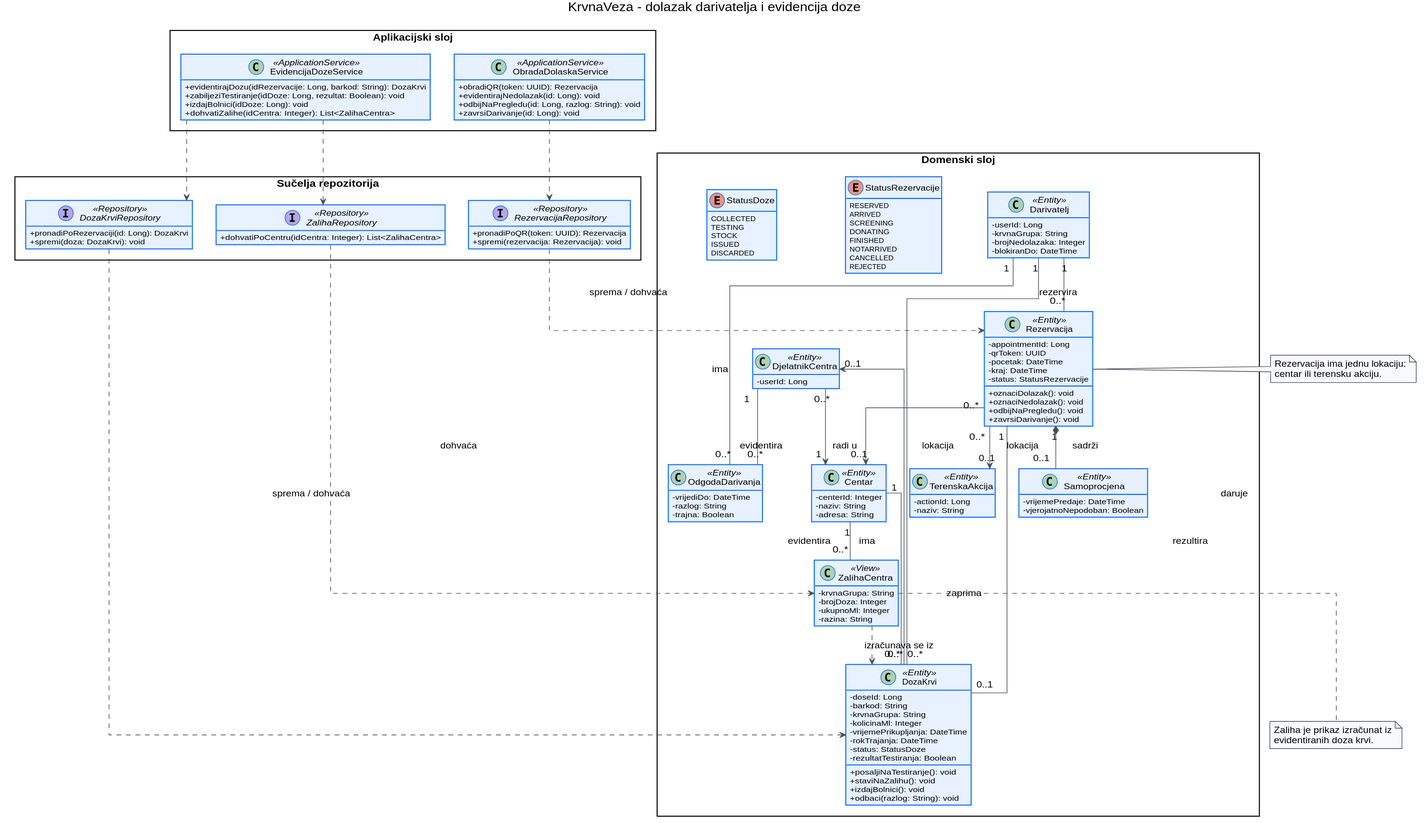
The PlantUML diagram docs/assets/diagrams/4-3-KrvnaVeza-domain-CD.svg in TvrdanTravarFER/Pasuljci, before a commit.
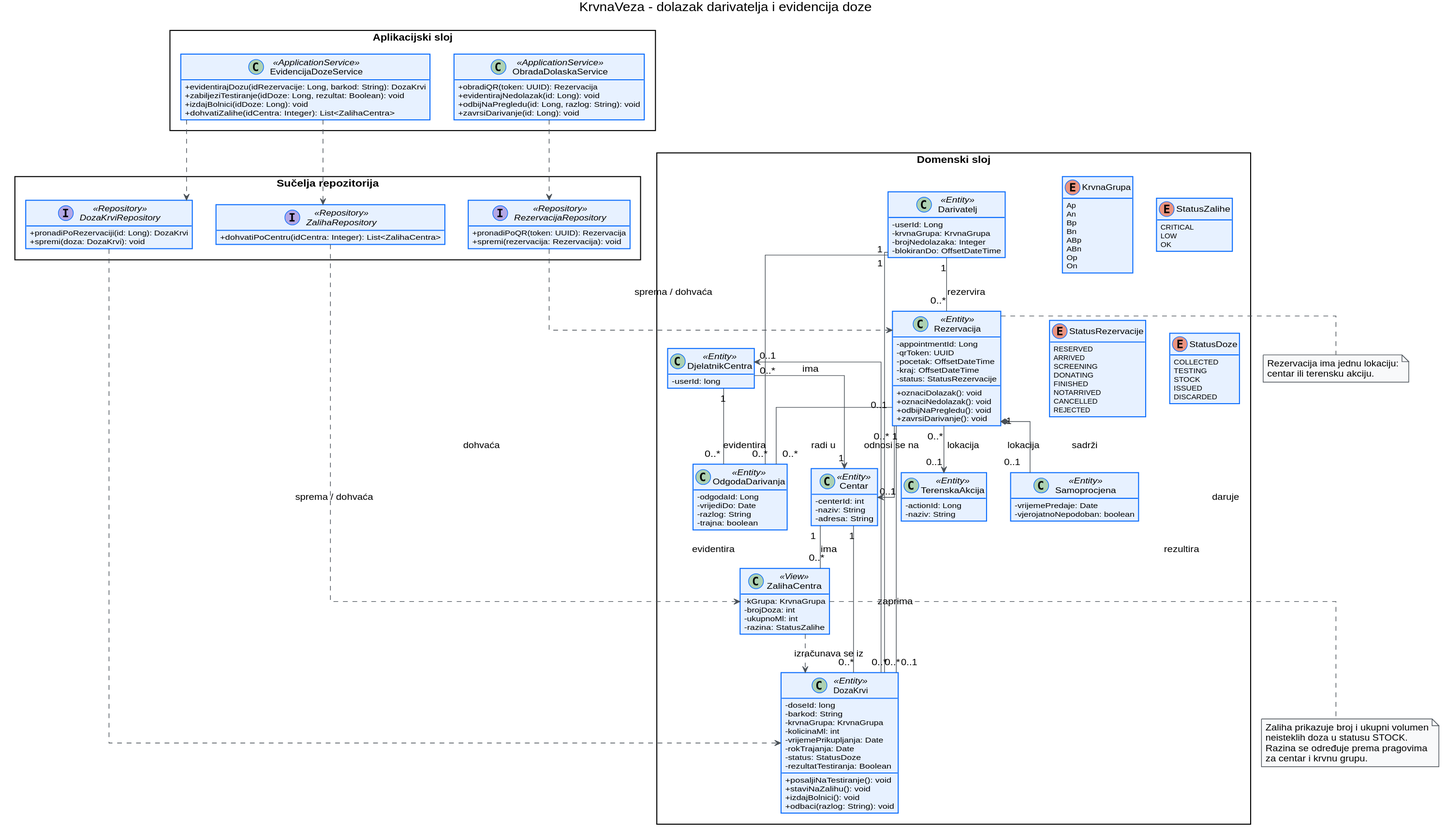
After the change.

Commit message:
Ažuriran UML dijagram razreda za KrvnaVeza

Ponovno generiran SVG dijagram prema ažuriranoj PlantUML datoteci za UC-11 i UC-12.
Usklađeni su atributi, tipovi podataka, enumovi, veze i kardinalnosti domenskih razreda.

What changed in the source:
```diff
@@ -39,17 +39,17 @@
 package "Domenski sloj" {
     class Darivatelj <<Entity>> {
         -userId: Long
-        -krvnaGrupa: String
+        -krvnaGrupa: KrvnaGrupa
         -brojNedolazaka: Integer
-        -blokiranDo: DateTime
+        -blokiranDo: OffsetDateTime
     }
 
     class DjelatnikCentra <<Entity>> {
-        -userId: Long
+        -userId: long
     }
 
     class Centar <<Entity>> {
-        -centerId: Integer
+        -centerId: int
         -naziv: String
         -adresa: String
     }
@@ -62,8 +62,8 @@
     class Rezervacija <<Entity>> {
         -appointmentId: Long
         -qrToken: UUID
-        -pocetak: DateTime
-        -kraj: DateTime
+        -pocetak: OffsetDateTime
+        -kraj: OffsetDateTime
         -status: StatusRezervacije
         +oznaciDolazak(): void
         +oznaciNedolazak(): void
@@ -72,23 +72,24 @@
     }
 
     class Samoprocjena <<Entity>> {
-        -vrijemePredaje: DateTime
-        -vjerojatnoNepodoban: Boolean
+        -vrijemePredaje: Date
+        -vjerojatnoNepodoban: boolean
     }
 
     class OdgodaDarivanja <<Entity>> {
-        -vrijediDo: DateTime
+        -odgodaId: Long
+        -vrijediDo: Date
         -razlog: String
-        -trajna: Boolean
+        -trajna: boolean
     }
 
     class DozaKrvi <<Entity>> {
-        -doseId: Long
+        -doseId: long
         -barkod: String
-        -krvnaGrupa: String
-        -kolicinaMl: Integer
-        -vrijemePrikupljanja: DateTime
-        -rokTrajanja: DateTime
+        -krvnaGrupa: KrvnaGrupa
+        -kolicinaMl: int
+        -vrijemePrikupljanja: Date
+        -rokTrajanja: Date
         -status: StatusDoze
         -rezultatTestiranja: Boolean
         +posaljiNaTestiranje(): void
@@ -98,10 +99,27 @@
     }
 
     class ZalihaCentra <<View>> {
-        -krvnaGrupa: String
-        -brojDoza: Integer
-        -ukupnoMl: Integer
-        -razina: String
+        -kGrupa: KrvnaGrupa
+        -brojDoza: int
+        -ukupnoMl: int
+        -razina: StatusZalihe
+    }
+
+    enum KrvnaGrupa {
+        Ap
+        An
+        Bp
+        Bn
+        ABp
+        ABn
+        Op
+        On
+    }
+
+    enum StatusZalihe {
+        CRITICAL
+        LOW
+        OK
     }
 
     enum StatusRezervacije {
@@ -153,6 +171,7 @@
 DjelatnikCentra "0..1" <-- "0..*" DozaKrvi : evidentira
 Centar "1" -- "0..*" ZalihaCentra : ima
 ZalihaCentra ..> DozaKrvi : izračunava se iz
+Rezervacija "0..1" -- "0..*" OdgodaDarivanja : odnosi se na
 
 ObradaDolaskaService ..> RezervacijaRepository
 EvidencijaDozeService ..> DozaKrviRepository
@@ -168,8 +187,10 @@
 end note
 
 note bottom of ZalihaCentra
-  Zaliha je prikaz izračunat iz
-  evidentiranih doza krvi.
+  Zaliha prikazuje broj i ukupni volumen
+  neisteklih doza u statusu STOCK.
+  Razina se određuje prema pragovima
+  za centar i krvnu grupu.
 end note
 
 @enduml
```
